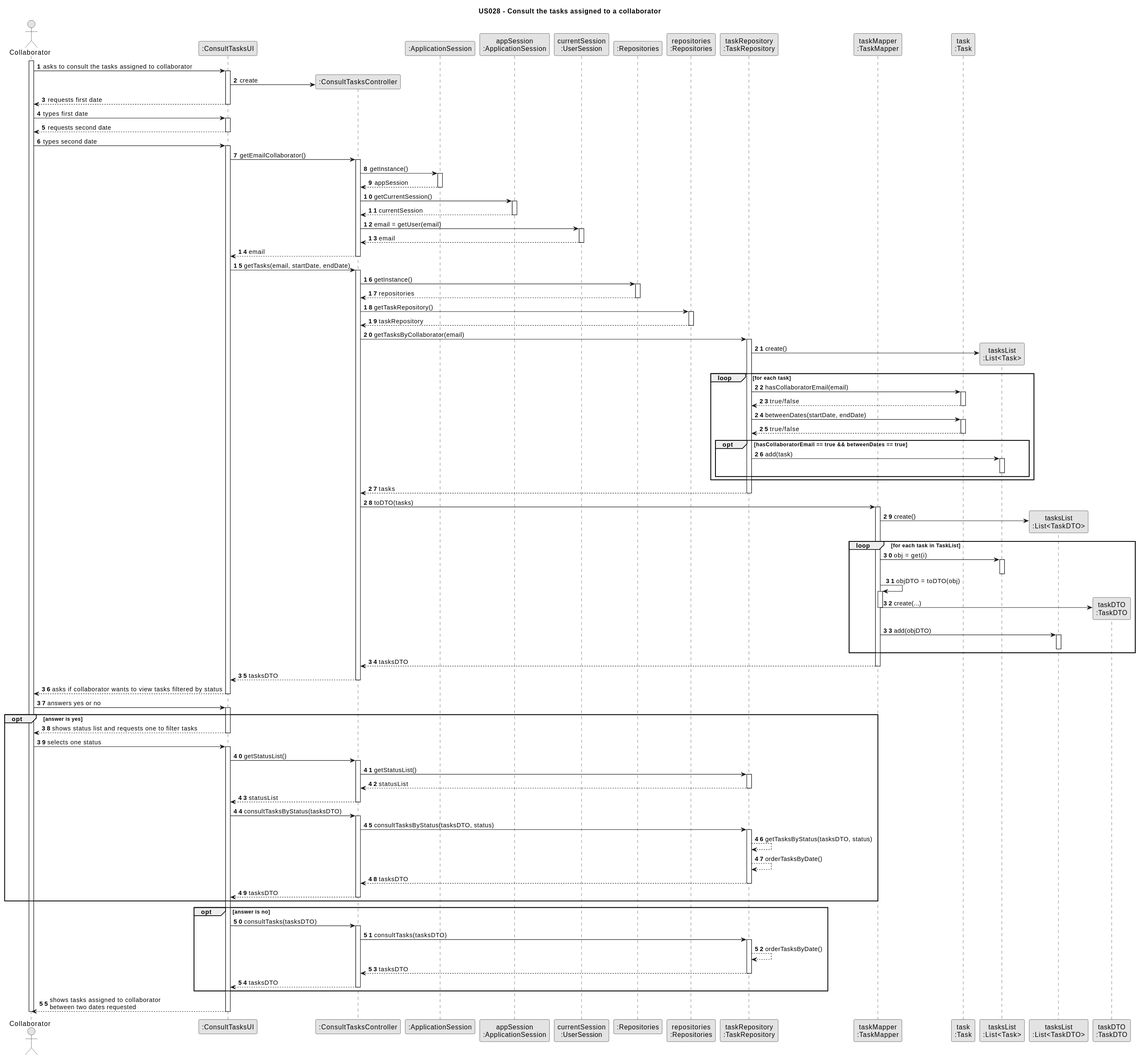
Before: docs/sprintC/us028/03.design/svg/us028-sequence-diagram-full.svg, a diagram exported from PlantUML (Departamento-de-Engenharia-Informatica/lei-24-s2-1dm-g132).
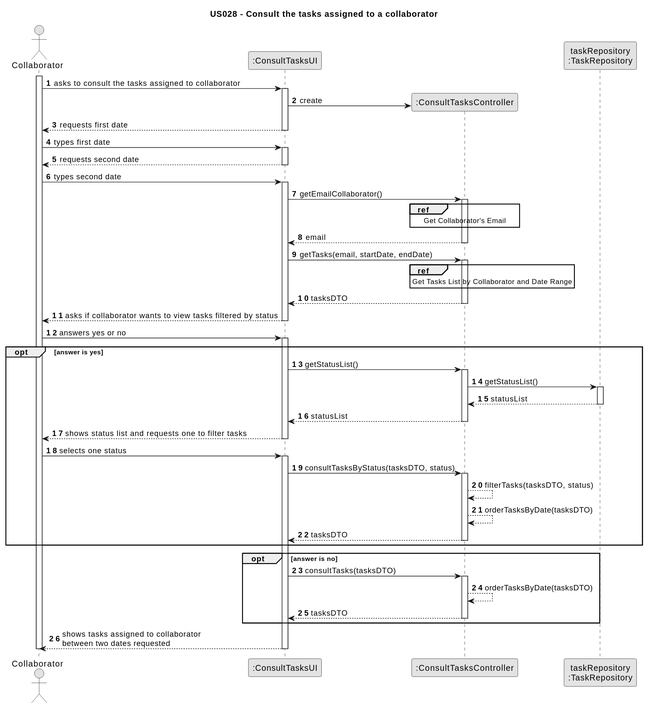
After the commit.

Commit message:
US28 fixed small typos in sequence diagrams

The edit, as a diff of the source:
```diff
@@ -10,17 +10,7 @@
 actor "Collaborator" as Employee
 participant ":ConsultTasksUI" as UI
 participant ":ConsultTasksController" as CTRL
-participant ":ApplicationSession" as _APP
-participant "appSession\n:ApplicationSession" as APP
-participant "currentSession\n:UserSession" as SESSION
-participant ":Repositories" as RepositorySingleton
-participant "repositories\n:Repositories" as PLAT
 participant "taskRepository\n:TaskRepository" as TaskRepository
-participant "taskMapper\n:TaskMapper" as TaskMapper
-participant "task\n:Task" as Task
-participant "tasksList\n:List<Task>" as TasksList
-participant "tasksList\n:List<TaskDTO>" as TasksListDTO
-participant "taskDTO\n:TaskDTO" as TaskDTO
 
 activate Employee
 
@@ -44,23 +34,9 @@
     UI -> CTRL : getEmailCollaborator()
     activate CTRL
 
-    CTRL -> _APP : getInstance()
-    activate _APP
-
-    _APP --> CTRL : appSession
-    deactivate _APP
-
-    CTRL -> APP : getCurrentSession()
-    activate APP
-
-    APP --> CTRL : currentSession
-    deactivate APP
-
-    CTRL -> SESSION : email = getUser(email)
-    activate SESSION
-
-    SESSION --> CTRL : email
-    deactivate SESSION
+    ref over CTRL
+        Get Collaborator's Email
+    end ref
 
     CTRL --> UI : email
     deactivate CTRL
@@ -68,69 +44,9 @@
     UI -> CTRL : getTasks(email, startDate, endDate)
     activate CTRL
 
-        CTRL -> RepositorySingleton : getInstance()
-        activate RepositorySingleton
-
-        RepositorySingleton --> CTRL: repositories
-        deactivate RepositorySingleton
-
-        CTRL -> PLAT : getTaskRepository()
-        activate PLAT
-
-        PLAT --> CTRL: taskRepository
-        deactivate PLAT
-
-        CTRL -> TaskRepository : getTasksByCollaborator(email)
-        activate TaskRepository
-
-        TaskRepository -> TasksList ** : create()
-        loop for each task
-        TaskRepository -> Task : hasCollaboratorEmail(email)
-        activate Task
-
-        Task --> TaskRepository : true/false
-        deactivate Task
-
-        TaskRepository -> Task : betweenDates(startDate, endDate)
-        activate Task
-
-        Task --> TaskRepository : true/false
-        deactivate Task
-
-        opt hasCollaboratorEmail == true && betweenDates == true
-            TaskRepository -> TasksList : add(task)
-            activate TasksList
-            deactivate TasksList
-        end opt
-
-        end loop
-
-        TaskRepository --> CTRL : tasks
-        deactivate TaskRepository
-
-        CTRL -> TaskMapper : toDTO(tasks)
-        activate TaskMapper
-
-        TaskMapper -> TasksListDTO ** : create()
-        loop for each task in TaskList
-        TaskMapper -> TasksList : obj = get(i)
-        activate TasksList
-        deactivate TasksList
-
-        TaskMapper -> TaskMapper : objDTO = toDTO(obj)
-        activate TaskMapper
-
-        TaskMapper -> TaskDTO ** : create(...)
-        deactivate TaskMapper
-
-        TaskMapper -> TasksListDTO : add(objDTO)
-        activate TasksListDTO
-        deactivate TasksListDTO
-
-        end loop
-
-        TaskMapper --> CTRL : tasksDTO
-        deactivate TaskMapper
+    ref over CTRL
+        Get Tasks List by Collaborator and Date Range
+    end ref
 
     CTRL --> UI : tasksDTO
     deactivate CTRL
@@ -142,12 +58,6 @@
     activate UI
 
     opt answer is yes
-        UI --> Employee : shows status list and requests one to filter tasks
-        deactivate UI
-
-        Employee -> UI : selects one status
-        activate UI
-
         UI -> CTRL : getStatusList()
         activate CTRL
 
@@ -160,16 +70,17 @@
         CTRL --> UI : statusList
         deactivate CTRL
 
-        UI -> CTRL : consultTasksByStatus(tasksDTO)
+        UI --> Employee : shows status list and requests one to filter tasks
+        deactivate UI
+
+        Employee -> UI : selects one status
+        activate UI
+
+        UI -> CTRL : consultTasksByStatus(tasksDTO, status)
         activate CTRL
 
-        CTRL -> TaskRepository : consultTasksByStatus(tasksDTO, status)
-        activate TaskRepository
-
-        TaskRepository --> TaskRepository : getTasksByStatus(tasksDTO, status)
-        TaskRepository --> TaskRepository : orderTasksByDate()
-        TaskRepository --> CTRL : tasksDTO
-        deactivate TaskRepository
+        CTRL --> CTRL : filterTasks(tasksDTO, status)
+        CTRL --> CTRL : orderTasksByDate(tasksDTO)
 
         CTRL --> UI : tasksDTO
         deactivate CTRL
@@ -179,12 +90,8 @@
         UI -> CTRL : consultTasks(tasksDTO)
         activate CTRL
 
-        CTRL -> TaskRepository : consultTasks(tasksDTO)
-        activate TaskRepository
+        CTRL --> CTRL : orderTasksByDate(tasksDTO)
 
-        TaskRepository --> TaskRepository : orderTasksByDate()
-        TaskRepository --> CTRL : tasksDTO
-        deactivate TaskRepository
         CTRL --> UI : tasksDTO
         deactivate CTRL
     end opt
```
